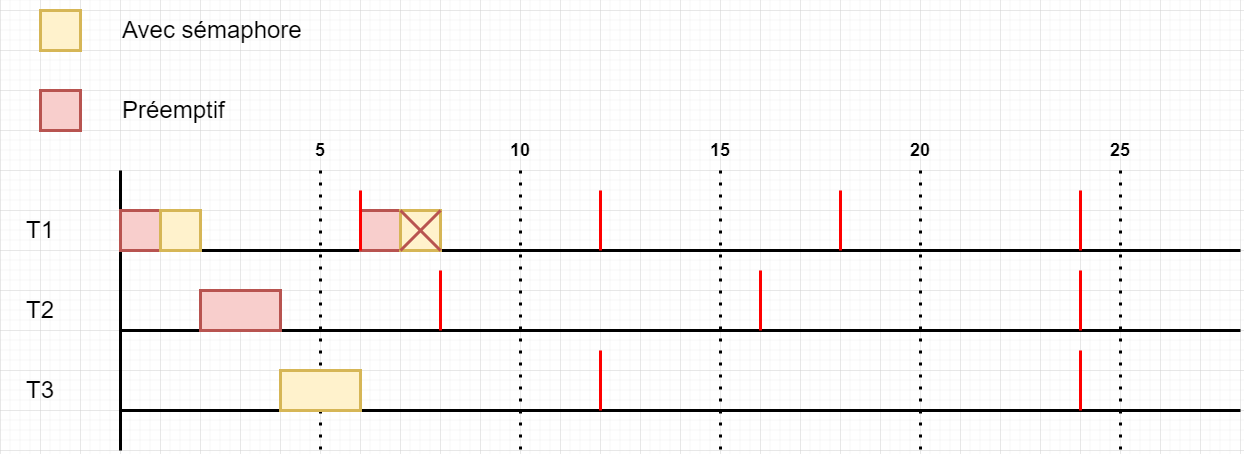
The draw.io diagram TDs_scheduling/diagrammes-td2_ex5_1.drawio.png in FlorianLatapie/PNS-SI4-S8_Capteurs_actionneurs_-_IA, before a commit. Source tidied: cells renumbered, new cells last; positions are measured from the earlier drawing's top-left corner, leaving out a move shared by most shapes.
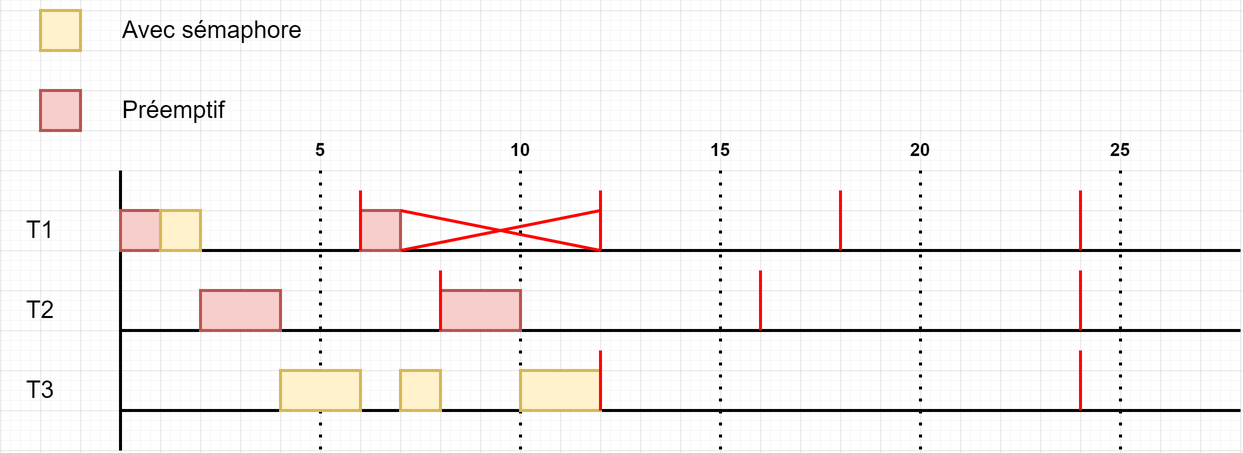
Later version of the same file.

Commit message:
sami il est pas d'accord

Change to the diagram source:
```diff
@@ -72,12 +72,6 @@
         <mxPoint x="1080" y="180" as="targetPoint" />
       </mxGeometry>
     </mxCell>
-    <mxCell id="18" style="endArrow=none;html=1;rounded=0;strokeWidth=3;fillColor=#f8cecc;strokeColor=#FF0000;" parent="1" edge="1">
-      <mxGeometry relative="1" as="geometry">
-        <mxPoint x="600" y="400" as="sourcePoint" />
-        <mxPoint x="600" y="340" as="targetPoint" />
-      </mxGeometry>
-    </mxCell>
     <mxCell id="19" style="endArrow=none;html=1;rounded=0;strokeWidth=3;fillColor=#f8cecc;strokeColor=#FF0000;" parent="1" edge="1">
       <mxGeometry relative="1" as="geometry">
         <mxPoint x="1080" y="400" as="sourcePoint" />
@@ -99,12 +93,6 @@
         <mxPoint x="600" y="180" as="targetPoint" />
       </mxGeometry>
     </mxCell>
-    <mxCell id="23" style="endArrow=none;html=1;rounded=0;strokeWidth=3;fillColor=#f8cecc;strokeColor=#FF0000;" parent="1" edge="1">
-      <mxGeometry relative="1" as="geometry">
-        <mxPoint x="440" y="320" as="sourcePoint" />
-        <mxPoint x="440" y="260" as="targetPoint" />
-      </mxGeometry>
-    </mxCell>
     <mxCell id="24" style="endArrow=none;html=1;rounded=0;strokeWidth=3;fillColor=#f8cecc;strokeColor=#FF0000;" parent="1" edge="1">
       <mxGeometry relative="1" as="geometry">
         <mxPoint x="760" y="320" as="sourcePoint" />
@@ -139,14 +127,8 @@
       <mxGeometry x="360" y="200" width="40" height="40" as="geometry" />
     </mxCell>
     <mxCell id="32" style="rounded=0;whiteSpace=wrap;html=1;strokeWidth=3;fillColor=#fff2cc;strokeColor=#d6b656;" parent="1" vertex="1">
-      <mxGeometry x="400" y="200" width="40" height="40" as="geometry" />
+      <mxGeometry x="400" y="360" width="40" height="40" as="geometry" />
     </mxCell>
-    <mxCell id="33" style="rounded=0;orthogonalLoop=1;jettySize=auto;html=1;exitX=0;exitY=1;exitDx=0;exitDy=0;entryX=1;entryY=0;entryDx=0;entryDy=0;strokeWidth=3;endArrow=none;endFill=0;fillColor=#f8cecc;strokeColor=#b85450;" parent="1" edge="1" source="32" target="32">
-      <mxGeometry relative="1" as="geometry" />
-    </mxCell>
-    <mxCell id="34" style="rounded=0;jettySize=auto;html=1;exitX=1;exitY=1;exitDx=0;exitDy=0;entryX=1;entryY=0;entryDx=0;entryDy=0;strokeWidth=3;endArrow=none;endFill=0;fillColor=#f8cecc;strokeColor=#b85450;" parent="1" edge="1" source="32" target="31">
-      <mxGeometry relative="1" as="geometry" />
-    </mxCell>
     <mxCell id="35" style="rounded=0;whiteSpace=wrap;html=1;strokeWidth=3;fillColor=#fff2cc;strokeColor=#d6b656;" parent="1" vertex="1">
       <mxGeometry x="40" width="40" height="40" as="geometry" />
     </mxCell>
@@ -165,5 +147,33 @@
         <mxPoint x="360" y="180" as="targetPoint" />
       </mxGeometry>
     </mxCell>
+    <mxCell id="40" style="rounded=0;whiteSpace=wrap;html=1;strokeWidth=3;fillColor=#f8cecc;strokeColor=#b85450;" parent="1" vertex="1">
+      <mxGeometry x="440" y="280" width="80" height="40" as="geometry" />
+    </mxCell>
+    <mxCell id="23" style="endArrow=none;html=1;rounded=0;strokeWidth=3;fillColor=#f8cecc;strokeColor=#FF0000;" parent="1" edge="1">
+      <mxGeometry relative="1" as="geometry">
+        <mxPoint x="440" y="320" as="sourcePoint" />
+        <mxPoint x="440" y="260" as="targetPoint" />
+      </mxGeometry>
+    </mxCell>
+    <mxCell id="41" style="rounded=0;whiteSpace=wrap;html=1;strokeWidth=3;fillColor=#fff2cc;strokeColor=#d6b656;" parent="1" vertex="1">
+      <mxGeometry x="520" y="360" width="80" height="40" as="geometry" />
+    </mxCell>
+    <mxCell id="42" style="endArrow=none;html=1;rounded=0;strokeWidth=3;fillColor=#f8cecc;strokeColor=#FF0000;entryX=1;entryY=0;entryDx=0;entryDy=0;" parent="1" edge="1" target="31">
+      <mxGeometry relative="1" as="geometry">
+        <mxPoint x="600" y="240" as="sourcePoint" />
+      </mxGeometry>
+    </mxCell>
+    <mxCell id="43" style="endArrow=none;html=1;rounded=0;strokeWidth=3;fillColor=#f8cecc;strokeColor=#FF0000;entryX=1;entryY=1;entryDx=0;entryDy=0;" parent="1" edge="1" target="31">
+      <mxGeometry relative="1" as="geometry">
+        <mxPoint x="600" y="200" as="sourcePoint" />
+      </mxGeometry>
+    </mxCell>
+    <mxCell id="18" style="endArrow=none;html=1;rounded=0;strokeWidth=3;fillColor=#f8cecc;strokeColor=#FF0000;" parent="1" edge="1">
+      <mxGeometry relative="1" as="geometry">
+        <mxPoint x="600" y="400" as="sourcePoint" />
+        <mxPoint x="600" y="340" as="targetPoint" />
+      </mxGeometry>
+    </mxCell>
   </root>
 </mxGraphModel>
```
